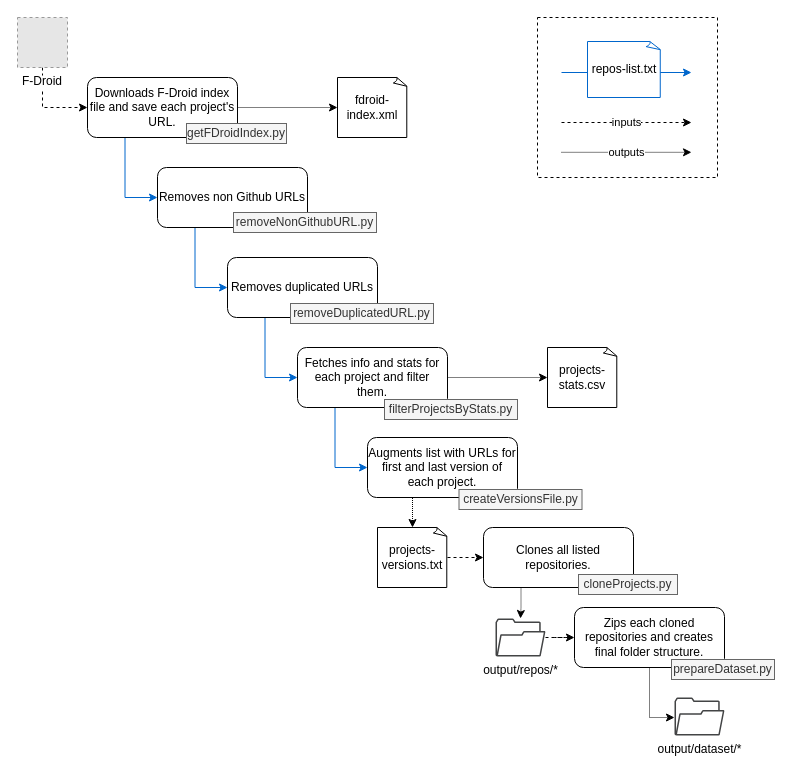
Earlier version of the draw.io diagram scripts/docs/pipeline.drawio (sr-lab/contracts-android). Source tidied: cells renumbered, new cells numbered last; positions are measured from the earlier drawing's top-left corner, leaving out a move shared by most shapes. Both pictures are drawn from the tidied source at 100%, with x=0, y=0 at pixel (17, 17). Pictures stored in the file or linked from it are replaced by grey dashed boxes.
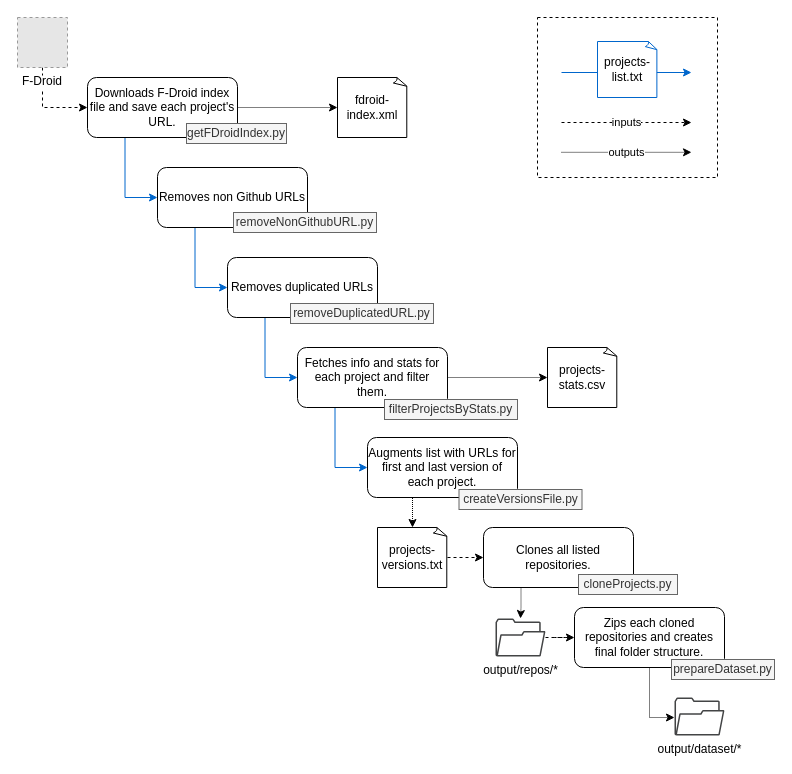
The same diagram, later.

Commit message (it also covers changes not shown here):
Fixes typo in diagram

What changed in the source:
```diff
@@
-    <mxCell id="29" value="repos-list.txt" style="whiteSpace=wrap;html=1;shape=mxgraph.basic.document;strokeColor=#0066CC;" parent="1" vertex="1">
-      <mxGeometry x="570" y="24" width="73.5" height="56" as="geometry" />
+    <mxCell id="29" value="projects-list.txt" style="whiteSpace=wrap;html=1;shape=mxgraph.basic.document;strokeColor=#0066CC;" parent="1" vertex="1">
+      <mxGeometry x="580" y="24" width="60" height="56" as="geometry" />
     </mxCell>
```
